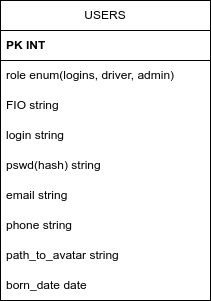
The draw.io diagram database.drawio.png in qqcabQQcabow/windows, before a commit. Source tidied: cells renumbered, new cells last; positions are measured from the earlier drawing's top-left corner, leaving out a move shared by most shapes. Its diagram source:
```xml
<mxGraphModel>
  <root>
    <mxCell id="0" />
    <mxCell id="1" parent="0" />
    <mxCell id="2" value="USERS" style="swimlane;fontStyle=0;horizontal=1;startSize=30;whiteSpace=wrap;html=1;" parent="1" vertex="1">
      <mxGeometry width="210" height="300" as="geometry" />
    </mxCell>
    <mxCell id="3" value="PK INT" style="text;strokeColor=default;fillColor=none;align=left;verticalAlign=middle;spacingLeft=4;spacingRight=4;overflow=hidden;points=[[0,0.5],[1,0.5]];portConstraint=eastwest;whiteSpace=wrap;html=1;fontStyle=1;" parent="2" vertex="1">
      <mxGeometry y="30" width="210" height="30" as="geometry" />
    </mxCell>
    <mxCell id="4" value="role enum(logins, driver, admin)" style="text;strokeColor=none;fillColor=none;align=left;verticalAlign=middle;spacingLeft=4;spacingRight=4;overflow=hidden;whiteSpace=wrap;html=1;" parent="2" vertex="1">
      <mxGeometry y="60" width="210" height="30" as="geometry" />
    </mxCell>
    <mxCell id="5" value="FIO string" style="text;strokeColor=none;fillColor=none;align=left;verticalAlign=middle;spacingLeft=4;spacingRight=4;overflow=hidden;whiteSpace=wrap;html=1;" parent="2" vertex="1">
      <mxGeometry y="90" width="210" height="30" as="geometry" />
    </mxCell>
    <mxCell id="6" value="login string" style="text;strokeColor=none;fillColor=none;align=left;verticalAlign=middle;spacingLeft=4;spacingRight=4;overflow=hidden;whiteSpace=wrap;html=1;" parent="2" vertex="1">
      <mxGeometry y="120" width="210" height="30" as="geometry" />
    </mxCell>
    <mxCell id="7" value="pswd(hash) string" style="text;strokeColor=none;fillColor=none;align=left;verticalAlign=middle;spacingLeft=4;spacingRight=4;overflow=hidden;whiteSpace=wrap;html=1;" parent="2" vertex="1">
      <mxGeometry y="150" width="210" height="30" as="geometry" />
    </mxCell>
    <mxCell id="8" value="email string" style="text;strokeColor=none;fillColor=none;align=left;verticalAlign=middle;spacingLeft=4;spacingRight=4;overflow=hidden;whiteSpace=wrap;html=1;" parent="2" vertex="1">
      <mxGeometry y="180" width="210" height="30" as="geometry" />
    </mxCell>
    <mxCell id="9" value="phone string" style="text;strokeColor=none;fillColor=none;align=left;verticalAlign=middle;spacingLeft=4;spacingRight=4;overflow=hidden;whiteSpace=wrap;html=1;" parent="2" vertex="1">
      <mxGeometry y="210" width="210" height="30" as="geometry" />
    </mxCell>
    <mxCell id="10" value="path_to_avatar string" style="text;strokeColor=none;fillColor=none;align=left;verticalAlign=middle;spacingLeft=4;spacingRight=4;overflow=hidden;whiteSpace=wrap;html=1;" parent="2" vertex="1">
      <mxGeometry y="240" width="210" height="30" as="geometry" />
    </mxCell>
    <mxCell id="11" value="born_date date" style="text;strokeColor=none;fillColor=none;align=left;verticalAlign=middle;spacingLeft=4;spacingRight=4;overflow=hidden;whiteSpace=wrap;html=1;" parent="2" vertex="1">
      <mxGeometry y="270" width="210" height="30" as="geometry" />
    </mxCell>
  </root>
</mxGraphModel>
```
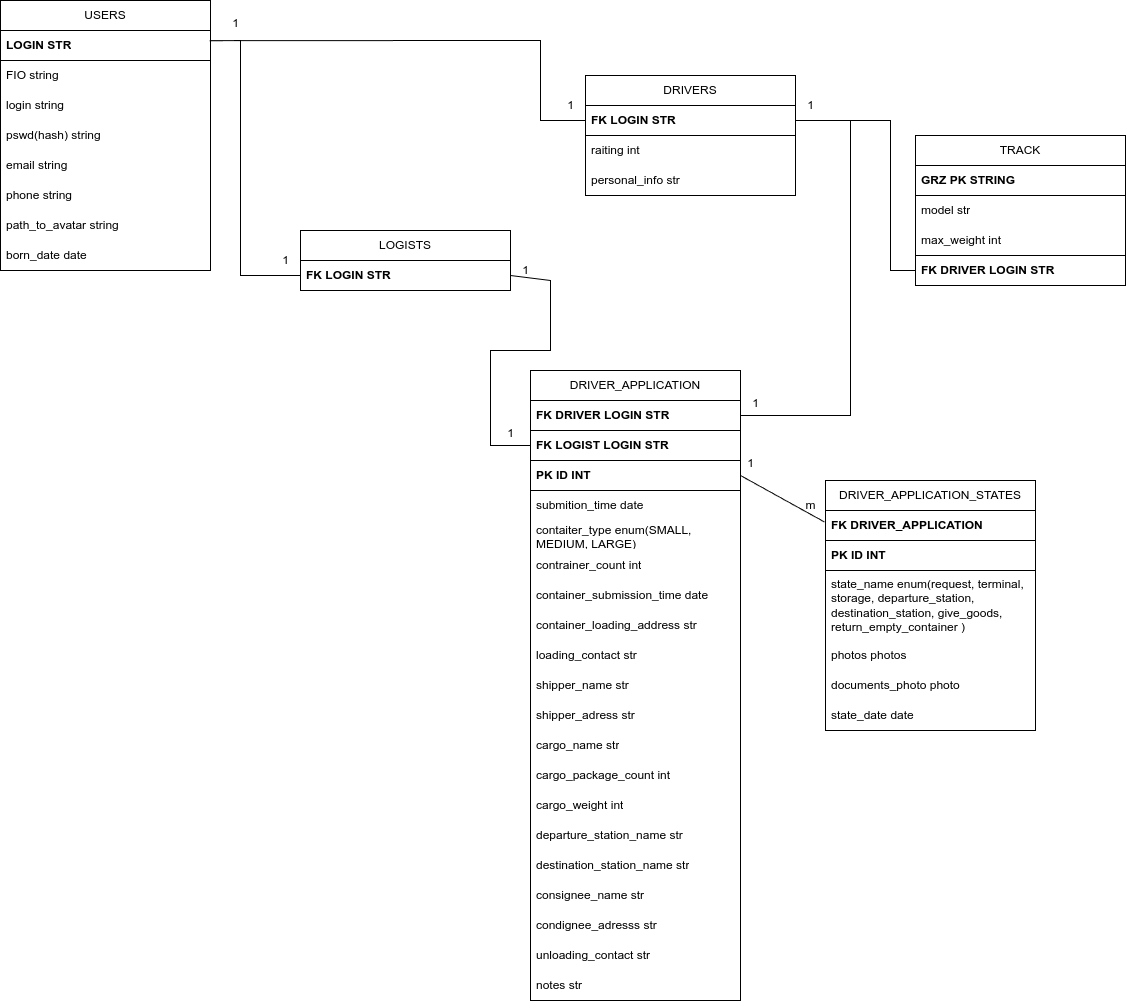
After the change.

Change to the diagram source:
```diff
@@ -3,34 +3,221 @@
     <mxCell id="0" />
     <mxCell id="1" parent="0" />
     <mxCell id="2" value="USERS" style="swimlane;fontStyle=0;horizontal=1;startSize=30;whiteSpace=wrap;html=1;" parent="1" vertex="1">
-      <mxGeometry width="210" height="300" as="geometry" />
+      <mxGeometry width="210" height="270" as="geometry" />
     </mxCell>
-    <mxCell id="3" value="PK INT" style="text;strokeColor=default;fillColor=none;align=left;verticalAlign=middle;spacingLeft=4;spacingRight=4;overflow=hidden;points=[[0,0.5],[1,0.5]];portConstraint=eastwest;whiteSpace=wrap;html=1;fontStyle=1;" parent="2" vertex="1">
+    <mxCell id="3" value="LOGIN STR" style="text;strokeColor=default;fillColor=none;align=left;verticalAlign=middle;spacingLeft=4;spacingRight=4;overflow=hidden;points=[[0,0.5],[1,0.5]];portConstraint=eastwest;whiteSpace=wrap;html=1;fontStyle=1;" parent="2" vertex="1">
       <mxGeometry y="30" width="210" height="30" as="geometry" />
     </mxCell>
-    <mxCell id="4" value="role enum(logins, driver, admin)" style="text;strokeColor=none;fillColor=none;align=left;verticalAlign=middle;spacingLeft=4;spacingRight=4;overflow=hidden;whiteSpace=wrap;html=1;" parent="2" vertex="1">
-      <mxGeometry y="60" width="210" height="30" as="geometry" />
-    </mxCell>
     <mxCell id="5" value="FIO string" style="text;strokeColor=none;fillColor=none;align=left;verticalAlign=middle;spacingLeft=4;spacingRight=4;overflow=hidden;whiteSpace=wrap;html=1;" parent="2" vertex="1">
-      <mxGeometry y="90" width="210" height="30" as="geometry" />
+      <mxGeometry y="60" width="210" height="30" as="geometry" />
     </mxCell>
     <mxCell id="6" value="login string" style="text;strokeColor=none;fillColor=none;align=left;verticalAlign=middle;spacingLeft=4;spacingRight=4;overflow=hidden;whiteSpace=wrap;html=1;" parent="2" vertex="1">
-      <mxGeometry y="120" width="210" height="30" as="geometry" />
+      <mxGeometry y="90" width="210" height="30" as="geometry" />
     </mxCell>
     <mxCell id="7" value="pswd(hash) string" style="text;strokeColor=none;fillColor=none;align=left;verticalAlign=middle;spacingLeft=4;spacingRight=4;overflow=hidden;whiteSpace=wrap;html=1;" parent="2" vertex="1">
-      <mxGeometry y="150" width="210" height="30" as="geometry" />
+      <mxGeometry y="120" width="210" height="30" as="geometry" />
     </mxCell>
     <mxCell id="8" value="email string" style="text;strokeColor=none;fillColor=none;align=left;verticalAlign=middle;spacingLeft=4;spacingRight=4;overflow=hidden;whiteSpace=wrap;html=1;" parent="2" vertex="1">
-      <mxGeometry y="180" width="210" height="30" as="geometry" />
+      <mxGeometry y="150" width="210" height="30" as="geometry" />
     </mxCell>
     <mxCell id="9" value="phone string" style="text;strokeColor=none;fillColor=none;align=left;verticalAlign=middle;spacingLeft=4;spacingRight=4;overflow=hidden;whiteSpace=wrap;html=1;" parent="2" vertex="1">
-      <mxGeometry y="210" width="210" height="30" as="geometry" />
+      <mxGeometry y="180" width="210" height="30" as="geometry" />
     </mxCell>
     <mxCell id="10" value="path_to_avatar string" style="text;strokeColor=none;fillColor=none;align=left;verticalAlign=middle;spacingLeft=4;spacingRight=4;overflow=hidden;whiteSpace=wrap;html=1;" parent="2" vertex="1">
-      <mxGeometry y="240" width="210" height="30" as="geometry" />
+      <mxGeometry y="210" width="210" height="30" as="geometry" />
     </mxCell>
     <mxCell id="11" value="born_date date" style="text;strokeColor=none;fillColor=none;align=left;verticalAlign=middle;spacingLeft=4;spacingRight=4;overflow=hidden;whiteSpace=wrap;html=1;" parent="2" vertex="1">
-      <mxGeometry y="270" width="210" height="30" as="geometry" />
+      <mxGeometry y="240" width="210" height="30" as="geometry" />
     </mxCell>
+    <mxCell id="12" value="DRIVERS" style="swimlane;fontStyle=0;horizontal=1;startSize=30;whiteSpace=wrap;html=1;" parent="1" vertex="1">
+      <mxGeometry x="585" y="75" width="210" height="120" as="geometry" />
+    </mxCell>
+    <mxCell id="13" value="FK LOGIN STR" style="text;strokeColor=default;fillColor=none;align=left;verticalAlign=middle;spacingLeft=4;spacingRight=4;overflow=hidden;points=[[0,0.5],[1,0.5]];portConstraint=eastwest;whiteSpace=wrap;html=1;fontStyle=1;" parent="12" vertex="1">
+      <mxGeometry y="30" width="210" height="30" as="geometry" />
+    </mxCell>
+    <mxCell id="14" value="raiting int" style="text;strokeColor=none;fillColor=none;align=left;verticalAlign=middle;spacingLeft=4;spacingRight=4;overflow=hidden;whiteSpace=wrap;html=1;" parent="12" vertex="1">
+      <mxGeometry y="60" width="210" height="30" as="geometry" />
+    </mxCell>
+    <mxCell id="15" value="personal_info str" style="text;strokeColor=none;fillColor=none;align=left;verticalAlign=middle;spacingLeft=4;spacingRight=4;overflow=hidden;whiteSpace=wrap;html=1;" parent="12" vertex="1">
+      <mxGeometry y="90" width="210" height="30" as="geometry" />
+    </mxCell>
+    <mxCell id="16" value="1" style="text;html=1;align=center;verticalAlign=middle;strokeColor=none;fillColor=none;" parent="1" vertex="1">
+      <mxGeometry x="220" y="8" width="30" height="30" as="geometry" />
+    </mxCell>
+    <mxCell id="17" value="1" style="text;html=1;align=center;verticalAlign=middle;strokeColor=none;fillColor=none;" parent="1" vertex="1">
+      <mxGeometry x="555" y="90" width="30" height="30" as="geometry" />
+    </mxCell>
+    <mxCell id="18" value="LOGISTS" style="swimlane;fontStyle=0;horizontal=1;startSize=30;whiteSpace=wrap;html=1;" parent="1" vertex="1">
+      <mxGeometry x="300" y="230" width="210" height="60" as="geometry" />
+    </mxCell>
+    <mxCell id="19" value="FK LOGIN STR" style="text;strokeColor=default;fillColor=none;align=left;verticalAlign=middle;spacingLeft=4;spacingRight=4;overflow=hidden;points=[[0,0.5],[1,0.5]];portConstraint=eastwest;whiteSpace=wrap;html=1;fontStyle=1;" parent="18" vertex="1">
+      <mxGeometry y="30" width="210" height="30" as="geometry" />
+    </mxCell>
+    <mxCell id="20" value="TRACK" style="swimlane;fontStyle=0;horizontal=1;startSize=30;whiteSpace=wrap;html=1;" parent="1" vertex="1">
+      <mxGeometry x="915" y="135" width="210" height="150" as="geometry" />
+    </mxCell>
+    <mxCell id="21" value="GRZ PK STRING" style="text;strokeColor=default;fillColor=none;align=left;verticalAlign=middle;spacingLeft=4;spacingRight=4;overflow=hidden;whiteSpace=wrap;html=1;fontStyle=1;" parent="20" vertex="1">
+      <mxGeometry y="30" width="210" height="30" as="geometry" />
+    </mxCell>
+    <mxCell id="22" value="model str" style="text;strokeColor=none;fillColor=none;align=left;verticalAlign=middle;spacingLeft=4;spacingRight=4;overflow=hidden;whiteSpace=wrap;html=1;" parent="20" vertex="1">
+      <mxGeometry y="60" width="210" height="30" as="geometry" />
+    </mxCell>
+    <mxCell id="23" value="max_weight int" style="text;strokeColor=none;fillColor=none;align=left;verticalAlign=middle;spacingLeft=4;spacingRight=4;overflow=hidden;whiteSpace=wrap;html=1;" parent="20" vertex="1">
+      <mxGeometry y="90" width="210" height="30" as="geometry" />
+    </mxCell>
+    <mxCell id="24" value="FK DRIVER LOGIN STR&amp;nbsp;" style="text;strokeColor=default;fillColor=none;align=left;verticalAlign=middle;spacingLeft=4;spacingRight=4;overflow=hidden;points=[[0,0.5],[1,0.5]];portConstraint=eastwest;whiteSpace=wrap;html=1;fontStyle=1;" parent="20" vertex="1">
+      <mxGeometry y="120" width="210" height="30" as="geometry" />
+    </mxCell>
+    <mxCell id="25" style="endArrow=none;html=1;rounded=0;entryX=0;entryY=0.5;entryDx=0;entryDy=0;exitX=0.996;exitY=0.338;exitDx=0;exitDy=0;exitPerimeter=0;" parent="1" edge="1" source="3" target="13">
+      <mxGeometry relative="1" as="geometry">
+        <Array as="points">
+          <mxPoint x="540" y="40" />
+          <mxPoint x="540" y="120" />
+        </Array>
+      </mxGeometry>
+    </mxCell>
+    <mxCell id="26" style="endArrow=none;html=1;rounded=0;exitX=1.001;exitY=0.344;exitDx=0;exitDy=0;entryX=0;entryY=0.5;entryDx=0;entryDy=0;exitPerimeter=0;" parent="1" edge="1" source="3" target="19">
+      <mxGeometry relative="1" as="geometry">
+        <Array as="points">
+          <mxPoint x="240" y="40" />
+          <mxPoint x="240" y="275" />
+        </Array>
+      </mxGeometry>
+    </mxCell>
+    <mxCell id="27" value="1" style="text;html=1;align=center;verticalAlign=middle;strokeColor=none;fillColor=none;" parent="1" vertex="1">
+      <mxGeometry x="270" y="245" width="30" height="30" as="geometry" />
+    </mxCell>
+    <mxCell id="28" value="1" style="text;html=1;align=center;verticalAlign=middle;strokeColor=none;fillColor=none;" parent="1" vertex="1">
+      <mxGeometry x="510" y="255" width="30" height="30" as="geometry" />
+    </mxCell>
+    <mxCell id="29" value="DRIVER_APPLICATION" style="swimlane;fontStyle=0;horizontal=1;startSize=30;whiteSpace=wrap;html=1;" parent="1" vertex="1">
+      <mxGeometry x="530" y="370" width="210" height="630" as="geometry" />
+    </mxCell>
+    <mxCell id="30" value="FK DRIVER LOGIN STR" style="text;strokeColor=default;fillColor=none;align=left;verticalAlign=middle;spacingLeft=4;spacingRight=4;overflow=hidden;points=[[0,0.5],[1,0.5]];portConstraint=eastwest;whiteSpace=wrap;html=1;fontStyle=1;" parent="29" vertex="1">
+      <mxGeometry y="30" width="210" height="30" as="geometry" />
+    </mxCell>
+    <mxCell id="31" value="FK LOGIST LOGIN STR" style="text;strokeColor=none;fillColor=none;align=left;verticalAlign=middle;spacingLeft=4;spacingRight=4;overflow=hidden;points=[[0,0.5],[1,0.5]];portConstraint=eastwest;whiteSpace=wrap;html=1;fontStyle=1;" parent="29" vertex="1">
+      <mxGeometry y="60" width="210" height="30" as="geometry" />
+    </mxCell>
+    <mxCell id="32" value="PK ID INT" style="text;strokeColor=default;fillColor=none;align=left;verticalAlign=middle;spacingLeft=4;spacingRight=4;overflow=hidden;points=[[0,0.5],[1,0.5]];portConstraint=eastwest;whiteSpace=wrap;html=1;fontStyle=1;" parent="29" vertex="1">
+      <mxGeometry y="90" width="210" height="30" as="geometry" />
+    </mxCell>
+    <mxCell id="33" value="submition_time date" style="text;strokeColor=none;fillColor=none;align=left;verticalAlign=middle;spacingLeft=4;spacingRight=4;overflow=hidden;whiteSpace=wrap;html=1;" parent="29" vertex="1">
+      <mxGeometry y="120" width="210" height="30" as="geometry" />
+    </mxCell>
+    <mxCell id="34" value="contaiter_type enum(SMALL, MEDIUM, LARGE)" style="text;strokeColor=none;fillColor=none;align=left;verticalAlign=middle;spacingLeft=4;spacingRight=4;overflow=hidden;whiteSpace=wrap;html=1;" parent="29" vertex="1">
+      <mxGeometry y="150" width="210" height="30" as="geometry" />
+    </mxCell>
+    <mxCell id="35" value="contrainer_count int" style="text;strokeColor=none;fillColor=none;align=left;verticalAlign=middle;spacingLeft=4;spacingRight=4;overflow=hidden;whiteSpace=wrap;html=1;" parent="29" vertex="1">
+      <mxGeometry y="180" width="210" height="30" as="geometry" />
+    </mxCell>
+    <mxCell id="36" value="container_submission_time date" style="text;strokeColor=none;fillColor=none;align=left;verticalAlign=middle;spacingLeft=4;spacingRight=4;overflow=hidden;whiteSpace=wrap;html=1;" parent="29" vertex="1">
+      <mxGeometry y="210" width="210" height="30" as="geometry" />
+    </mxCell>
+    <mxCell id="37" value="container_loading_address str" style="text;strokeColor=none;fillColor=none;align=left;verticalAlign=middle;spacingLeft=4;spacingRight=4;overflow=hidden;whiteSpace=wrap;html=1;" parent="29" vertex="1">
+      <mxGeometry y="240" width="210" height="30" as="geometry" />
+    </mxCell>
+    <mxCell id="38" value="loading_contact str" style="text;strokeColor=none;fillColor=none;align=left;verticalAlign=middle;spacingLeft=4;spacingRight=4;overflow=hidden;whiteSpace=wrap;html=1;" parent="29" vertex="1">
+      <mxGeometry y="270" width="210" height="30" as="geometry" />
+    </mxCell>
+    <mxCell id="39" value="shipper_name str" style="text;strokeColor=none;fillColor=none;align=left;verticalAlign=middle;spacingLeft=4;spacingRight=4;overflow=hidden;whiteSpace=wrap;html=1;" parent="29" vertex="1">
+      <mxGeometry y="300" width="210" height="30" as="geometry" />
+    </mxCell>
+    <mxCell id="40" value="shipper_adress str" style="text;strokeColor=none;fillColor=none;align=left;verticalAlign=middle;spacingLeft=4;spacingRight=4;overflow=hidden;whiteSpace=wrap;html=1;" parent="29" vertex="1">
+      <mxGeometry y="330" width="210" height="30" as="geometry" />
+    </mxCell>
+    <mxCell id="41" value="cargo_name str" style="text;strokeColor=none;fillColor=none;align=left;verticalAlign=middle;spacingLeft=4;spacingRight=4;overflow=hidden;whiteSpace=wrap;html=1;" parent="29" vertex="1">
+      <mxGeometry y="360" width="210" height="30" as="geometry" />
+    </mxCell>
+    <mxCell id="42" value="cargo_package_count int" style="text;strokeColor=none;fillColor=none;align=left;verticalAlign=middle;spacingLeft=4;spacingRight=4;overflow=hidden;whiteSpace=wrap;html=1;" parent="29" vertex="1">
+      <mxGeometry y="390" width="210" height="30" as="geometry" />
+    </mxCell>
+    <mxCell id="43" value="cargo_weight int" style="text;strokeColor=none;fillColor=none;align=left;verticalAlign=middle;spacingLeft=4;spacingRight=4;overflow=hidden;whiteSpace=wrap;html=1;" parent="29" vertex="1">
+      <mxGeometry y="420" width="210" height="30" as="geometry" />
+    </mxCell>
+    <mxCell id="44" value="departure_station_name str" style="text;strokeColor=none;fillColor=none;align=left;verticalAlign=middle;spacingLeft=4;spacingRight=4;overflow=hidden;whiteSpace=wrap;html=1;" parent="29" vertex="1">
+      <mxGeometry y="450" width="210" height="30" as="geometry" />
+    </mxCell>
+    <mxCell id="45" value="destination_station_name str" style="text;strokeColor=none;fillColor=none;align=left;verticalAlign=middle;spacingLeft=4;spacingRight=4;overflow=hidden;whiteSpace=wrap;html=1;" parent="29" vertex="1">
+      <mxGeometry y="480" width="210" height="30" as="geometry" />
+    </mxCell>
+    <mxCell id="46" value="consignee_name str" style="text;strokeColor=none;fillColor=none;align=left;verticalAlign=middle;spacingLeft=4;spacingRight=4;overflow=hidden;whiteSpace=wrap;html=1;" parent="29" vertex="1">
+      <mxGeometry y="510" width="210" height="30" as="geometry" />
+    </mxCell>
+    <mxCell id="47" value="condignee_adresss str" style="text;strokeColor=none;fillColor=none;align=left;verticalAlign=middle;spacingLeft=4;spacingRight=4;overflow=hidden;whiteSpace=wrap;html=1;" parent="29" vertex="1">
+      <mxGeometry y="540" width="210" height="30" as="geometry" />
+    </mxCell>
+    <mxCell id="48" value="unloading_contact str" style="text;strokeColor=none;fillColor=none;align=left;verticalAlign=middle;spacingLeft=4;spacingRight=4;overflow=hidden;whiteSpace=wrap;html=1;" parent="29" vertex="1">
+      <mxGeometry y="570" width="210" height="30" as="geometry" />
+    </mxCell>
+    <mxCell id="49" value="notes str" style="text;strokeColor=none;fillColor=none;align=left;verticalAlign=middle;spacingLeft=4;spacingRight=4;overflow=hidden;whiteSpace=wrap;html=1;" parent="29" vertex="1">
+      <mxGeometry y="600" width="210" height="30" as="geometry" />
+    </mxCell>
+    <mxCell id="50" style="endArrow=none;html=1;rounded=0;entryX=1;entryY=0.5;entryDx=0;entryDy=0;exitX=0;exitY=0.5;exitDx=0;exitDy=0;" parent="1" edge="1" source="31" target="19">
+      <mxGeometry relative="1" as="geometry">
+        <Array as="points">
+          <mxPoint x="490" y="445" />
+          <mxPoint x="490" y="350" />
+          <mxPoint x="550" y="350" />
+          <mxPoint x="550" y="280" />
+        </Array>
+      </mxGeometry>
+    </mxCell>
+    <mxCell id="51" value="1" style="text;html=1;align=center;verticalAlign=middle;strokeColor=none;fillColor=none;" parent="1" vertex="1">
+      <mxGeometry x="495" y="418" width="30" height="30" as="geometry" />
+    </mxCell>
+    <mxCell id="52" style="endArrow=none;html=1;rounded=0;exitX=1;exitY=0.5;exitDx=0;exitDy=0;entryX=1;entryY=0.5;entryDx=0;entryDy=0;" parent="1" edge="1" source="13" target="30">
+      <mxGeometry relative="1" as="geometry">
+        <Array as="points">
+          <mxPoint x="850" y="120" />
+          <mxPoint x="850" y="415" />
+        </Array>
+      </mxGeometry>
+    </mxCell>
+    <mxCell id="53" value="1" style="text;html=1;align=center;verticalAlign=middle;strokeColor=none;fillColor=none;" parent="1" vertex="1">
+      <mxGeometry x="740" y="388" width="30" height="30" as="geometry" />
+    </mxCell>
+    <mxCell id="54" value="1" style="text;html=1;align=center;verticalAlign=middle;strokeColor=none;fillColor=none;" parent="1" vertex="1">
+      <mxGeometry x="795" y="90" width="30" height="30" as="geometry" />
+    </mxCell>
+    <mxCell id="55" value="DRIVER_APPLICATION_STATES" style="swimlane;fontStyle=0;horizontal=1;startSize=30;whiteSpace=wrap;html=1;" parent="1" vertex="1">
+      <mxGeometry x="825" y="480" width="210" height="250" as="geometry" />
+    </mxCell>
+    <mxCell id="56" value="FK DRIVER_APPLICATION" style="text;strokeColor=default;fillColor=none;align=left;verticalAlign=middle;spacingLeft=4;spacingRight=4;overflow=hidden;points=[[0,0.5],[1,0.5]];portConstraint=eastwest;whiteSpace=wrap;html=1;fontStyle=1;" parent="55" vertex="1">
+      <mxGeometry y="30" width="210" height="30" as="geometry" />
+    </mxCell>
+    <mxCell id="57" value="PK ID INT" style="text;strokeColor=default;fillColor=none;align=left;verticalAlign=middle;spacingLeft=4;spacingRight=4;overflow=hidden;whiteSpace=wrap;html=1;fontStyle=1;" parent="55" vertex="1">
+      <mxGeometry y="60" width="210" height="30" as="geometry" />
+    </mxCell>
+    <mxCell id="58" value="state_name enum(request, terminal, storage, departure_station, destination_station, give_goods, return_empty_container )" style="text;strokeColor=none;fillColor=none;align=left;verticalAlign=middle;spacingLeft=4;spacingRight=4;overflow=hidden;whiteSpace=wrap;html=1;" parent="55" vertex="1">
+      <mxGeometry y="90" width="210" height="70" as="geometry" />
+    </mxCell>
+    <mxCell id="59" value="photos photos" style="text;strokeColor=none;fillColor=none;align=left;verticalAlign=middle;spacingLeft=4;spacingRight=4;overflow=hidden;whiteSpace=wrap;html=1;" parent="55" vertex="1">
+      <mxGeometry y="160" width="210" height="30" as="geometry" />
+    </mxCell>
+    <mxCell id="60" value="documents_photo photo" style="text;strokeColor=none;fillColor=none;align=left;verticalAlign=middle;spacingLeft=4;spacingRight=4;overflow=hidden;whiteSpace=wrap;html=1;" parent="55" vertex="1">
+      <mxGeometry y="190" width="210" height="30" as="geometry" />
+    </mxCell>
+    <mxCell id="61" value="state_date date" style="text;strokeColor=none;fillColor=none;align=left;verticalAlign=middle;spacingLeft=4;spacingRight=4;overflow=hidden;whiteSpace=wrap;html=1;" parent="55" vertex="1">
+      <mxGeometry y="220" width="210" height="30" as="geometry" />
+    </mxCell>
+    <mxCell id="62" style="endArrow=none;html=1;rounded=0;exitX=1;exitY=0.5;exitDx=0;exitDy=0;entryX=-0.005;entryY=0.383;entryDx=0;entryDy=0;entryPerimeter=0;" parent="1" edge="1" source="32" target="56">
+      <mxGeometry relative="1" as="geometry" />
+    </mxCell>
+    <mxCell id="63" value="m" style="text;html=1;align=center;verticalAlign=middle;strokeColor=none;fillColor=none;" parent="1" vertex="1">
+      <mxGeometry x="795" y="490" width="30" height="30" as="geometry" />
+    </mxCell>
+    <mxCell id="64" value="1" style="text;html=1;align=center;verticalAlign=middle;strokeColor=none;fillColor=none;" parent="1" vertex="1">
+      <mxGeometry x="735" y="448" width="30" height="30" as="geometry" />
+    </mxCell>
+    <mxCell id="65" style="endArrow=none;html=1;rounded=0;entryX=0;entryY=0.5;entryDx=0;entryDy=0;" parent="1" edge="1" target="24">
+      <mxGeometry relative="1" as="geometry">
+        <mxPoint x="850" y="120" as="sourcePoint" />
+        <Array as="points">
+          <mxPoint x="890" y="120" />
+          <mxPoint x="890" y="270" />
+        </Array>
+      </mxGeometry>
+    </mxCell>
   </root>
 </mxGraphModel>
```
